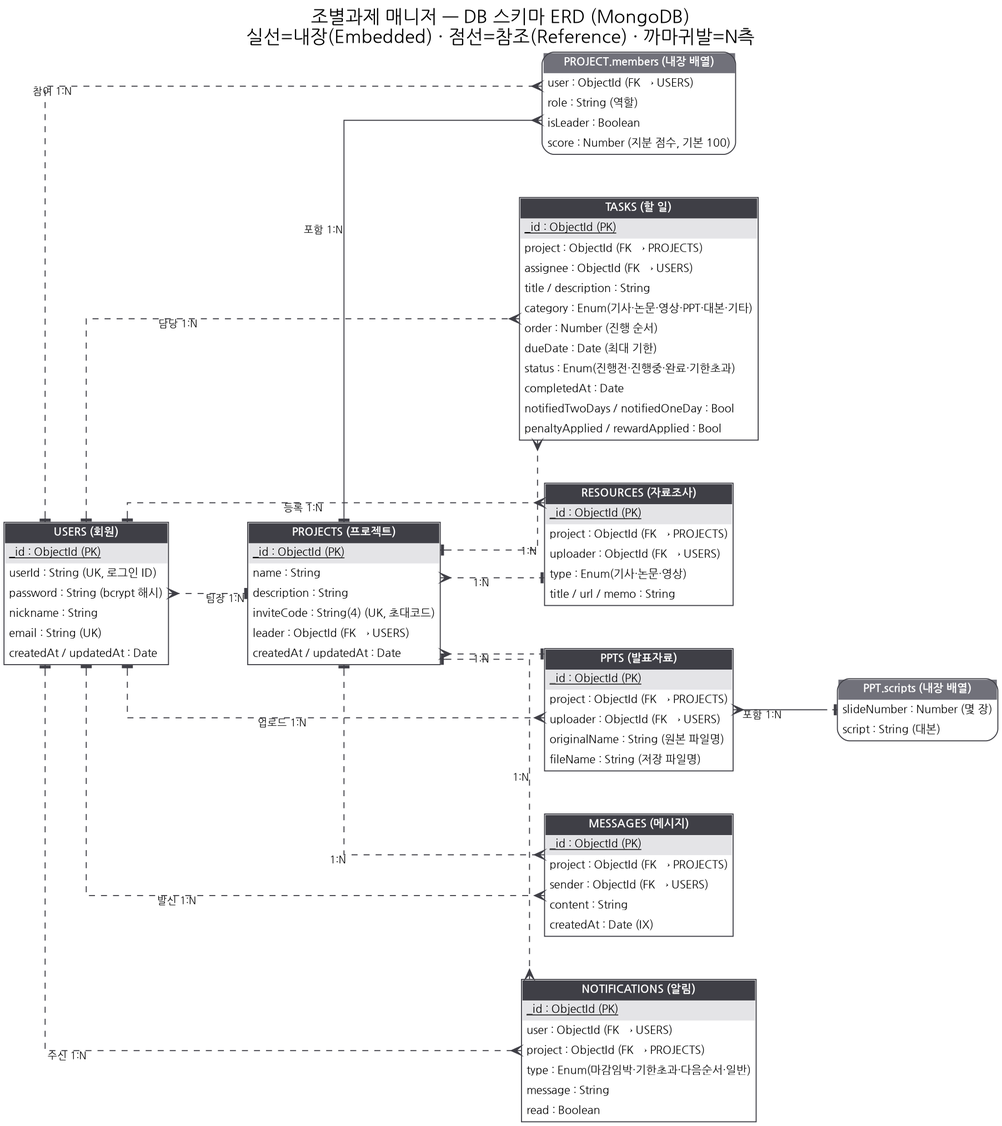
Earlier version of the Graphviz export docs/ERD.png (JOOKITEZ/DB_Project). Its source is kept beside it as docs/erd.dot.
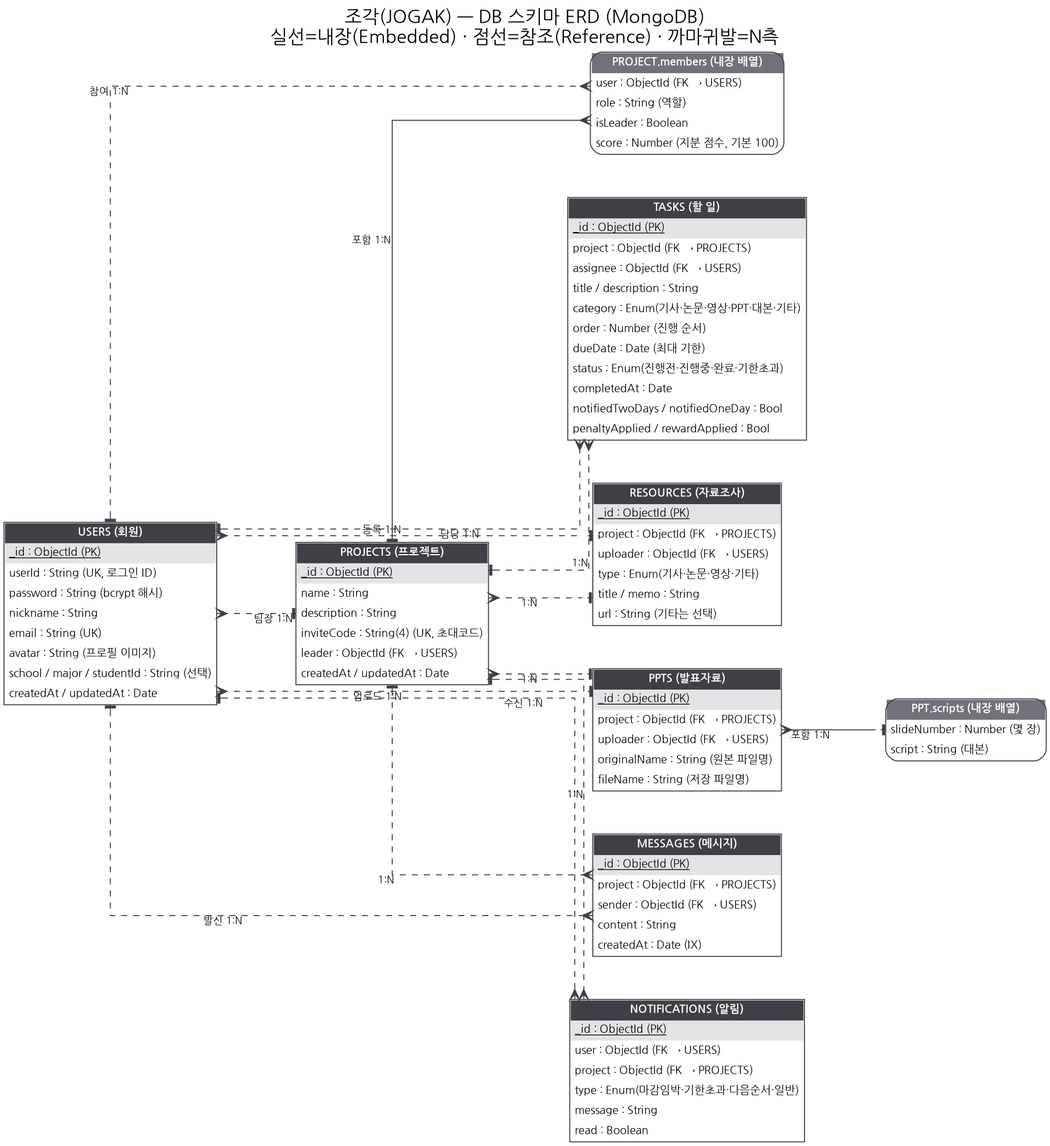
After the change.

What changed in the source:
```diff
@@ -1,6 +1,6 @@
 digraph ERD {
   graph [rankdir=LR, splines=ortho, nodesep=0.6, ranksep=1.1, fontname="NanumGothic", bgcolor=white,
-         label="조별과제 매니저 — DB 스키마 ERD (MongoDB)\n실선=내장(Embedded) · 점선=참조(Reference) · 까마귀발=N측", labelloc=t, fontsize=18];
+         label="조각(JOGAK) — DB 스키마 ERD (MongoDB)\n실선=내장(Embedded) · 점선=참조(Reference) · 까마귀발=N측", labelloc=t, fontsize=18];
   node  [shape=plain, fontname="NanumGothic", fontsize=11];
   edge  [fontname="NanumGothic", fontsize=10, color="#3f3f46"];
 
@@ -12,6 +12,8 @@
       <TR><TD ALIGN="LEFT">password : String (bcrypt 해시)</TD></TR>
       <TR><TD ALIGN="LEFT">nickname : String</TD></TR>
       <TR><TD ALIGN="LEFT">email : String (UK)</TD></TR>
+      <TR><TD ALIGN="LEFT">avatar : String (프로필 이미지)</TD></TR>
+      <TR><TD ALIGN="LEFT">school / major / studentId : String (선택)</TD></TR>
       <TR><TD ALIGN="LEFT">createdAt / updatedAt : Date</TD></TR>
     </TABLE>>];
 
@@ -57,8 +59,9 @@
       <TR><TD BGCOLOR="#e4e4e7" ALIGN="LEFT"><U>_id : ObjectId (PK)</U></TD></TR>
       <TR><TD ALIGN="LEFT">project : ObjectId (FK → PROJECTS)</TD></TR>
       <TR><TD ALIGN="LEFT">uploader : ObjectId (FK → USERS)</TD></TR>
-      <TR><TD ALIGN="LEFT">type : Enum(기사·논문·영상)</TD></TR>
-      <TR><TD ALIGN="LEFT">title / url / memo : String</TD></TR>
+      <TR><TD ALIGN="LEFT">type : Enum(기사·논문·영상·기타)</TD></TR>
+      <TR><TD ALIGN="LEFT">title / memo : String</TD></TR>
+      <TR><TD ALIGN="LEFT">url : String (기타는 선택)</TD></TR>
     </TABLE>>];
 
   PPTS [label=<
```
